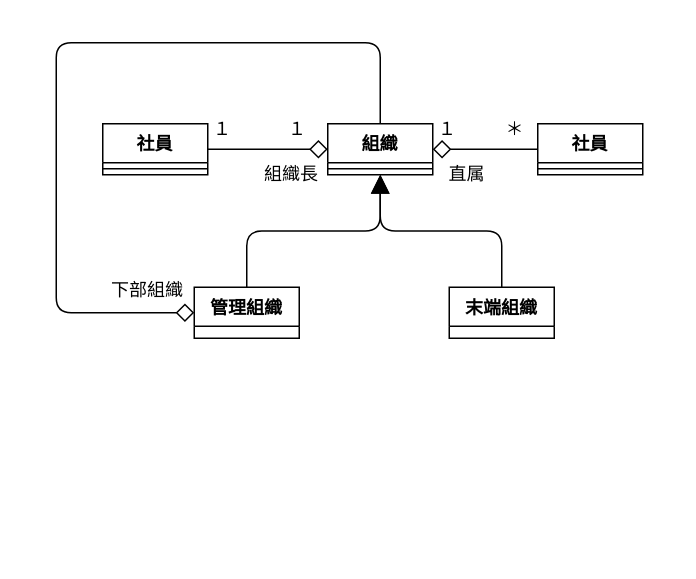
bosssanovar/LightMvvmSample keeps this draw.io diagram as page "クラス図" (3 of 4) of Designs/組織構成設計/organization_design.drawio. Above is the earlier version. Source tidied: cells renumbered, new cells numbered last; positions are measured from the earlier drawing's top-left corner, leaving out a move shared by most shapes. Both pictures are drawn from the tidied source at 150%, with x=0, y=0 at pixel (26, 27).
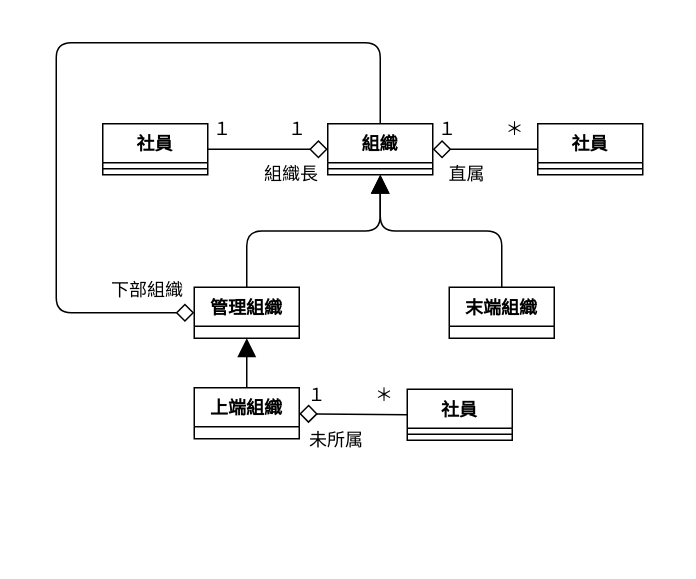
Above is the later version.

The change refers to these unchanged cells:
```xml
<mxCell id="3" value="管理組織" style="swimlane;fontStyle=1;align=center;verticalAlign=top;horizontal=1;startSize=26;" parent="1" vertex="1">
  <mxGeometry x="112" y="173" width="70" height="34" as="geometry" />
</mxCell>
```

Change to the diagram source:
```diff
@@
     <mxCell id="2" style="rounded=0;whiteSpace=wrap;html=1;strokeColor=none;fontSize=12;" parent="1" vertex="1">
-      <mxGeometry width="430" height="230" as="geometry" />
+      <mxGeometry width="430" height="350" as="geometry" />
     </mxCell>
@@
+    <mxCell id="23" value="上端組織" style="swimlane;fontStyle=1;align=center;verticalAlign=top;horizontal=1;startSize=26;" parent="1" vertex="1">
+      <mxGeometry x="112" y="240" width="70" height="34" as="geometry" />
+    </mxCell>
+    <mxCell id="24" style="jumpSize=10;html=1;strokeWidth=1;fontSize=12;endArrow=block;endFill=1;startSize=10;endSize=10;" parent="1" edge="1" source="23" target="3">
+      <mxGeometry relative="1" as="geometry" />
+    </mxCell>
+    <mxCell id="25" style="edgeStyle=none;jumpSize=10;html=1;exitX=0;exitY=0.5;exitDx=0;exitDy=0;strokeWidth=1;endArrow=diamond;endFill=0;startSize=10;endSize=10;" parent="1" edge="1" source="26" target="23">
+      <mxGeometry relative="1" as="geometry" />
+    </mxCell>
+    <mxCell id="26" value="社員" style="swimlane;fontStyle=1;align=center;verticalAlign=top;horizontal=1;startSize=26;" parent="1" vertex="1">
+      <mxGeometry x="254" y="241" width="70" height="34" as="geometry" />
+    </mxCell>
+    <mxCell id="27" style="line;strokeWidth=1;fillColor=none;align=left;verticalAlign=middle;spacingTop=-1;spacingLeft=3;spacingRight=3;labelPosition=right;strokeColor=inherit;" parent="26" vertex="1">
+      <mxGeometry y="26" width="70" height="8" as="geometry" />
+    </mxCell>
+    <mxCell id="28" value="１" style="text;html=1;strokeColor=none;fillColor=none;align=center;verticalAlign=middle;whiteSpace=wrap;rounded=0;dashed=1;" parent="1" vertex="1">
+      <mxGeometry x="164" y="230" width="60" height="30" as="geometry" />
+    </mxCell>
+    <mxCell id="29" value="＊" style="text;html=1;strokeColor=none;fillColor=none;align=center;verticalAlign=middle;whiteSpace=wrap;rounded=0;dashed=1;fontSize=12;" parent="1" vertex="1">
+      <mxGeometry x="209" y="230" width="60" height="30" as="geometry" />
+    </mxCell>
+    <mxCell id="30" value="未所属" style="text;html=1;strokeColor=none;fillColor=none;align=center;verticalAlign=middle;whiteSpace=wrap;rounded=0;dashed=1;fontSize=12;" parent="1" vertex="1">
+      <mxGeometry x="177" y="260" width="60" height="30" as="geometry" />
+    </mxCell>
```
